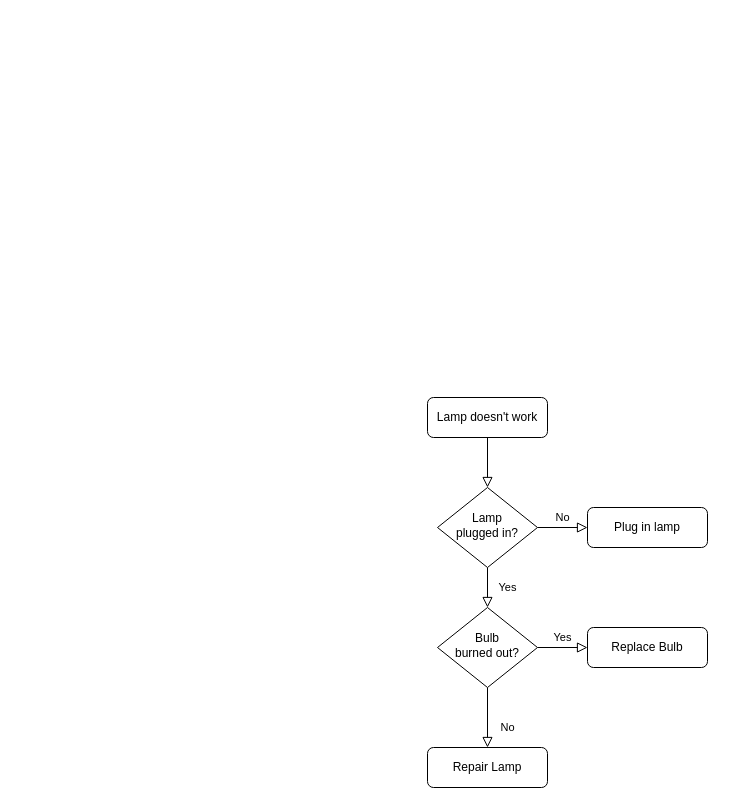
FadingLight9291117/draw.io keeps this draw.io diagram as imgs/正向过程.drawio. Above is the earlier version. Source tidied: cells renumbered, new cells numbered last; positions are measured from the earlier drawing's top-left corner, leaving out a move shared by most shapes. Both pictures are drawn from the tidied source at 100%, with x=0, y=0 at pixel (427, 397).
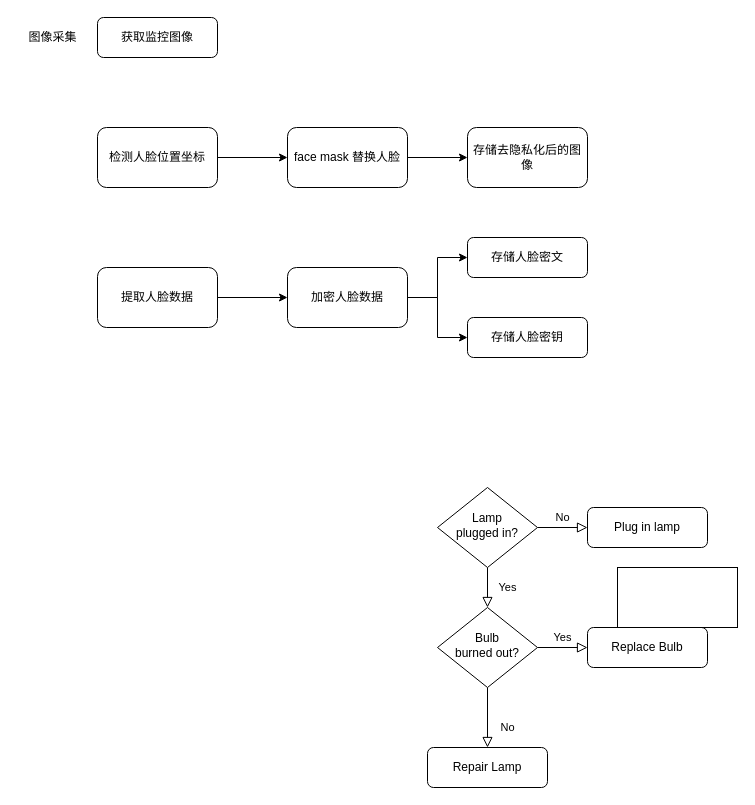
The same diagram, later.

Commit message (it also covers changes not shown here):
更新正向过程.drawio

Unchanged cells that the change refers to:
```xml
<mxCell id="6" value="Lamp&lt;br&gt;plugged in?" style="rhombus;whiteSpace=wrap;html=1;shadow=0;fontFamily=Helvetica;fontSize=12;align=center;strokeWidth=1;spacing=6;spacingTop=-4;" parent="1" vertex="1">
  <mxGeometry x="10" y="90" width="100" height="80" as="geometry" />
</mxCell>
```

Diff of the diagram source:
```diff
@@
-    <mxCell id="2" style="rounded=0;html=1;jettySize=auto;fontSize=11;endArrow=block;endFill=0;endSize=8;strokeWidth=1;shadow=0;labelBackgroundColor=none;edgeStyle=orthogonalEdgeStyle;" parent="1" edge="1" source="3" target="6">
-      <mxGeometry relative="1" as="geometry" />
-    </mxCell>
-    <mxCell id="3" value="Lamp doesn't work" style="rounded=1;whiteSpace=wrap;html=1;fontSize=12;glass=0;strokeWidth=1;shadow=0;" parent="1" vertex="1">
-      <mxGeometry width="120" height="40" as="geometry" />
+    <mxCell id="3" value="获取监控图像" style="rounded=1;whiteSpace=wrap;html=1;fontSize=12;glass=0;strokeWidth=1;shadow=0;" parent="1" vertex="1">
+      <mxGeometry x="-330" y="-380" width="120" height="40" as="geometry" />
     </mxCell>
@@
+    <mxCell id="13" style="rounded=0;whiteSpace=wrap;html=1;" parent="1" vertex="1">
+      <mxGeometry x="190" y="170" width="120" height="60" as="geometry" />
+    </mxCell>
+    <mxCell id="14" value="图像采集" style="text;html=1;align=center;verticalAlign=middle;strokeColor=none;fillColor=none;" parent="1" vertex="1">
+      <mxGeometry x="-410" y="-375" width="70" height="30" as="geometry" />
+    </mxCell>
+    <mxCell id="15" style="edgeStyle=orthogonalEdgeStyle;rounded=0;jettySize=auto;html=1;" parent="1" edge="1" source="16" target="18">
+      <mxGeometry relative="1" as="geometry" />
+    </mxCell>
+    <mxCell id="16" value="检测人脸位置坐标" style="rounded=1;whiteSpace=wrap;html=1;fillColor=default;" parent="1" vertex="1">
+      <mxGeometry x="-330" y="-270" width="120" height="60" as="geometry" />
+    </mxCell>
+    <mxCell id="17" style="edgeStyle=orthogonalEdgeStyle;rounded=0;jettySize=auto;html=1;entryX=0;entryY=0.5;entryDx=0;entryDy=0;" parent="1" edge="1" source="18" target="19">
+      <mxGeometry relative="1" as="geometry" />
+    </mxCell>
+    <mxCell id="18" value="face mask 替换人脸" style="rounded=1;whiteSpace=wrap;html=1;fillColor=default;" parent="1" vertex="1">
+      <mxGeometry x="-140" y="-270" width="120" height="60" as="geometry" />
+    </mxCell>
+    <mxCell id="19" value="存储去隐私化后的图像" style="rounded=1;whiteSpace=wrap;html=1;fillColor=default;" parent="1" vertex="1">
+      <mxGeometry x="40" y="-270" width="120" height="60" as="geometry" />
+    </mxCell>
+    <mxCell id="20" style="edgeStyle=orthogonalEdgeStyle;rounded=0;jettySize=auto;html=1;entryX=0;entryY=0.5;entryDx=0;entryDy=0;" parent="1" edge="1" source="21" target="24">
+      <mxGeometry relative="1" as="geometry" />
+    </mxCell>
+    <mxCell id="21" value="提取人脸数据" style="rounded=1;whiteSpace=wrap;html=1;fillColor=default;" parent="1" vertex="1">
+      <mxGeometry x="-330" y="-130" width="120" height="60" as="geometry" />
+    </mxCell>
+    <mxCell id="22" style="edgeStyle=orthogonalEdgeStyle;rounded=0;jettySize=auto;html=1;entryX=0;entryY=0.5;entryDx=0;entryDy=0;" parent="1" edge="1" source="24" target="25">
+      <mxGeometry relative="1" as="geometry" />
+    </mxCell>
+    <mxCell id="23" style="edgeStyle=orthogonalEdgeStyle;rounded=0;jettySize=auto;html=1;entryX=0;entryY=0.5;entryDx=0;entryDy=0;" parent="1" edge="1" source="24" target="26">
+      <mxGeometry relative="1" as="geometry" />
+    </mxCell>
+    <mxCell id="24" value="加密人脸数据" style="rounded=1;whiteSpace=wrap;html=1;fillColor=default;" parent="1" vertex="1">
+      <mxGeometry x="-140" y="-130" width="120" height="60" as="geometry" />
+    </mxCell>
+    <mxCell id="25" value="存储人脸密文" style="rounded=1;whiteSpace=wrap;html=1;fillColor=default;" parent="1" vertex="1">
+      <mxGeometry x="40" y="-160" width="120" height="40" as="geometry" />
+    </mxCell>
+    <mxCell id="26" value="存储人脸密钥" style="rounded=1;whiteSpace=wrap;html=1;fillColor=default;" parent="1" vertex="1">
+      <mxGeometry x="40" y="-80" width="120" height="40" as="geometry" />
+    </mxCell>
```
